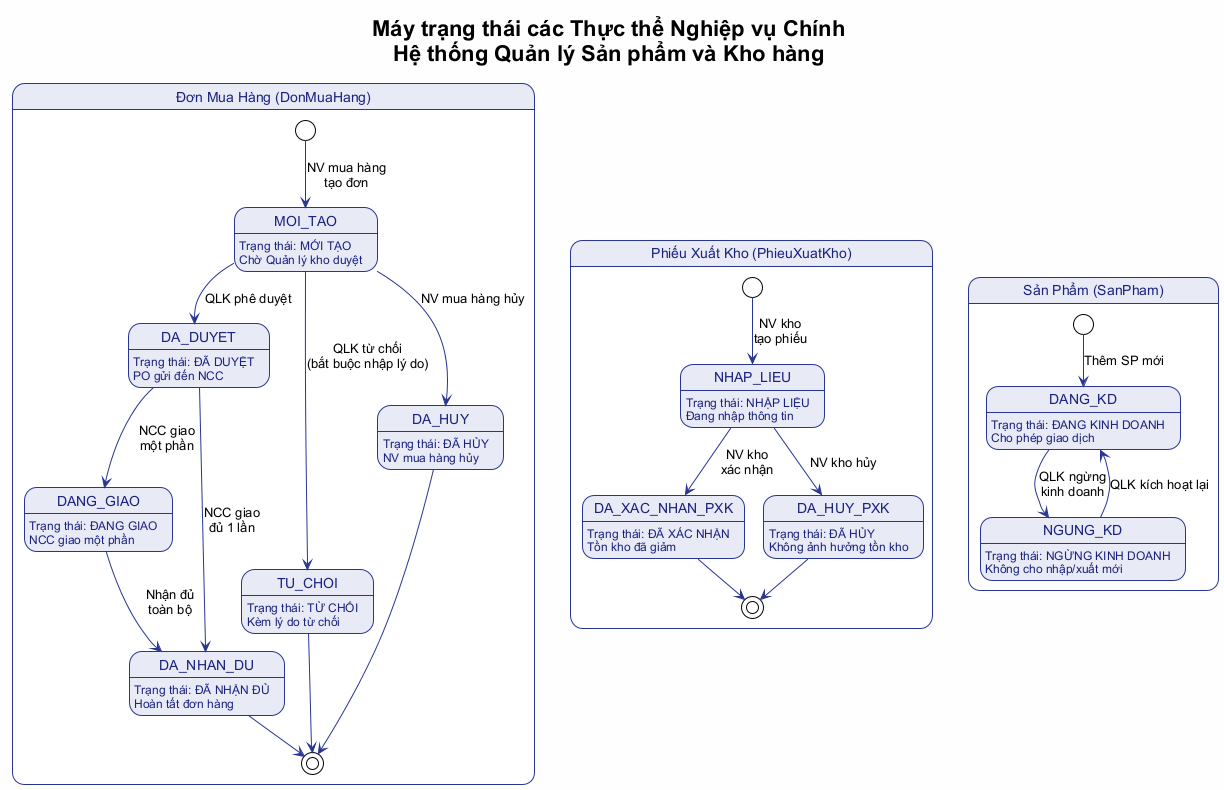
The PlantUML diagram BTL-QuanLyKhoHang/diagrams/functional-model-state-machines.png in vuhoabinh2416137/G8_Quanlysanphamvakhohang, before a commit. Source of this version:
```plantuml
@startuml functional-model-state-machines
!theme plain
skinparam defaultFontName "Arial"
skinparam backgroundColor #FEFEFE
skinparam state {
    BackgroundColor #E8EAF6
    BorderColor #283593
    FontColor #1a237e
    ArrowColor #283593
}

title Máy trạng thái các Thực thể Nghiệp vụ Chính\nHệ thống Quản lý Sản phẩm và Kho hàng

state "Đơn Mua Hàng (DonMuaHang)" as DMH {
    [*] --> MOI_TAO : NV mua hàng\ntạo đơn
    MOI_TAO : Trạng thái: MỚI TẠO
    MOI_TAO : Chờ Quản lý kho duyệt

    DA_DUYET : Trạng thái: ĐÃ DUYỆT
    DA_DUYET : PO gửi đến NCC

    TU_CHOI : Trạng thái: TỪ CHỐI
    TU_CHOI : Kèm lý do từ chối

    DA_HUY : Trạng thái: ĐÃ HỦY
    DA_HUY : NV mua hàng hủy

    DANG_GIAO : Trạng thái: ĐANG GIAO
    DANG_GIAO : NCC giao một phần

    DA_NHAN_DU : Trạng thái: ĐÃ NHẬN ĐỦ
    DA_NHAN_DU : Hoàn tất đơn hàng

    MOI_TAO --> DA_DUYET : QLK phê duyệt
    MOI_TAO --> TU_CHOI : QLK từ chối\n(bắt buộc nhập lý do)
    MOI_TAO --> DA_HUY : NV mua hàng hủy
    DA_DUYET --> DANG_GIAO : NCC giao\nmột phần
    DA_DUYET --> DA_NHAN_DU : NCC giao\nđủ 1 lần
    DANG_GIAO --> DA_NHAN_DU : Nhận đủ\ntoàn bộ

    TU_CHOI --> [*]
    DA_HUY --> [*]
    DA_NHAN_DU --> [*]
}

state "Phiếu Xuất Kho (PhieuXuatKho)" as PXK {
    [*] --> NHAP_LIEU : NV kho\ntạo phiếu
    NHAP_LIEU : Trạng thái: NHẬP LIỆU
    NHAP_LIEU : Đang nhập thông tin

    DA_XAC_NHAN_PXK : Trạng thái: ĐÃ XÁC NHẬN
    DA_XAC_NHAN_PXK : Tồn kho đã giảm

    DA_HUY_PXK : Trạng thái: ĐÃ HỦY
    DA_HUY_PXK : Không ảnh hưởng tồn kho

    NHAP_LIEU --> DA_XAC_NHAN_PXK : NV kho\nxác nhận
    NHAP_LIEU --> DA_HUY_PXK : NV kho hủy

    DA_XAC_NHAN_PXK --> [*]
    DA_HUY_PXK --> [*]
}

state "Sản Phẩm (SanPham)" as SP {
    [*] --> DANG_KD : Thêm SP mới
    DANG_KD : Trạng thái: ĐANG KINH DOANH
    DANG_KD : Cho phép giao dịch

    NGUNG_KD : Trạng thái: NGỪNG KINH DOANH
    NGUNG_KD : Không cho nhập/xuất mới

    DANG_KD --> NGUNG_KD : QLK ngừng\nkinh doanh
    NGUNG_KD --> DANG_KD : QLK kích hoạt lại
}

@enduml
```
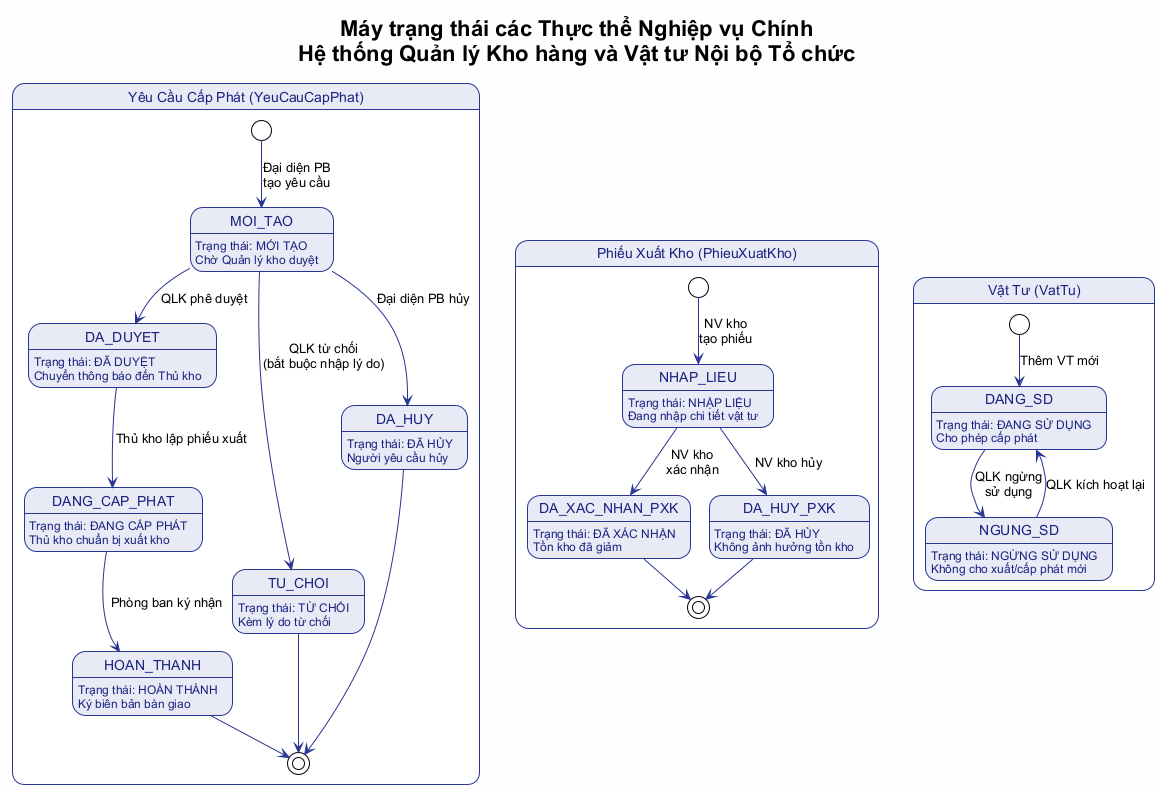
The same file after the commit.

Change to the diagram source:
```diff
@@ -9,44 +9,43 @@
     ArrowColor #283593
 }
 
-title Máy trạng thái các Thực thể Nghiệp vụ Chính\nHệ thống Quản lý Sản phẩm và Kho hàng
+title Máy trạng thái các Thực thể Nghiệp vụ Chính\nHệ thống Quản lý Kho hàng và Vật tư Nội bộ Tổ chức
 
-state "Đơn Mua Hàng (DonMuaHang)" as DMH {
-    [*] --> MOI_TAO : NV mua hàng\ntạo đơn
+state "Yêu Cầu Cấp Phát (YeuCauCapPhat)" as YCCP {
+    [*] --> MOI_TAO : Đại diện PB\ntạo yêu cầu
     MOI_TAO : Trạng thái: MỚI TẠO
     MOI_TAO : Chờ Quản lý kho duyệt
 
     DA_DUYET : Trạng thái: ĐÃ DUYỆT
-    DA_DUYET : PO gửi đến NCC
+    DA_DUYET : Chuyển thông báo đến Thủ kho
 
     TU_CHOI : Trạng thái: TỪ CHỐI
     TU_CHOI : Kèm lý do từ chối
 
     DA_HUY : Trạng thái: ĐÃ HỦY
-    DA_HUY : NV mua hàng hủy
+    DA_HUY : Người yêu cầu hủy
 
-    DANG_GIAO : Trạng thái: ĐANG GIAO
-    DANG_GIAO : NCC giao một phần
+    DANG_CAP_PHAT : Trạng thái: ĐANG CẤP PHÁT
+    DANG_CAP_PHAT : Thủ kho chuẩn bị xuất kho
 
-    DA_NHAN_DU : Trạng thái: ĐÃ NHẬN ĐỦ
-    DA_NHAN_DU : Hoàn tất đơn hàng
+    HOAN_THANH : Trạng thái: HOÀN THÀNH
+    HOAN_THANH : Ký biên bản bàn giao
 
     MOI_TAO --> DA_DUYET : QLK phê duyệt
     MOI_TAO --> TU_CHOI : QLK từ chối\n(bắt buộc nhập lý do)
-    MOI_TAO --> DA_HUY : NV mua hàng hủy
-    DA_DUYET --> DANG_GIAO : NCC giao\nmột phần
-    DA_DUYET --> DA_NHAN_DU : NCC giao\nđủ 1 lần
-    DANG_GIAO --> DA_NHAN_DU : Nhận đủ\ntoàn bộ
+    MOI_TAO --> DA_HUY : Đại diện PB hủy
+    DA_DUYET --> DANG_CAP_PHAT : Thủ kho lập phiếu xuất
+    DANG_CAP_PHAT --> HOAN_THANH : Phòng ban ký nhận
 
     TU_CHOI --> [*]
     DA_HUY --> [*]
-    DA_NHAN_DU --> [*]
+    HOAN_THANH --> [*]
 }
 
 state "Phiếu Xuất Kho (PhieuXuatKho)" as PXK {
     [*] --> NHAP_LIEU : NV kho\ntạo phiếu
     NHAP_LIEU : Trạng thái: NHẬP LIỆU
-    NHAP_LIEU : Đang nhập thông tin
+    NHAP_LIEU : Đang nhập chi tiết vật tư
 
     DA_XAC_NHAN_PXK : Trạng thái: ĐÃ XÁC NHẬN
     DA_XAC_NHAN_PXK : Tồn kho đã giảm
@@ -61,16 +60,16 @@
     DA_HUY_PXK --> [*]
 }
 
-state "Sản Phẩm (SanPham)" as SP {
-    [*] --> DANG_KD : Thêm SP mới
-    DANG_KD : Trạng thái: ĐANG KINH DOANH
-    DANG_KD : Cho phép giao dịch
+state "Vật Tư (VatTu)" as VT {
+    [*] --> DANG_SD : Thêm VT mới
+    DANG_SD : Trạng thái: ĐANG SỬ DỤNG
+    DANG_SD : Cho phép cấp phát
 
-    NGUNG_KD : Trạng thái: NGỪNG KINH DOANH
-    NGUNG_KD : Không cho nhập/xuất mới
+    NGUNG_SD : Trạng thái: NGỪNG SỬ DỤNG
+    NGUNG_SD : Không cho xuất/cấp phát mới
 
-    DANG_KD --> NGUNG_KD : QLK ngừng\nkinh doanh
-    NGUNG_KD --> DANG_KD : QLK kích hoạt lại
+    DANG_SD --> NGUNG_SD : QLK ngừng\nsử dụng
+    NGUNG_SD --> DANG_SD : QLK kích hoạt lại
 }
 
 @enduml
```
